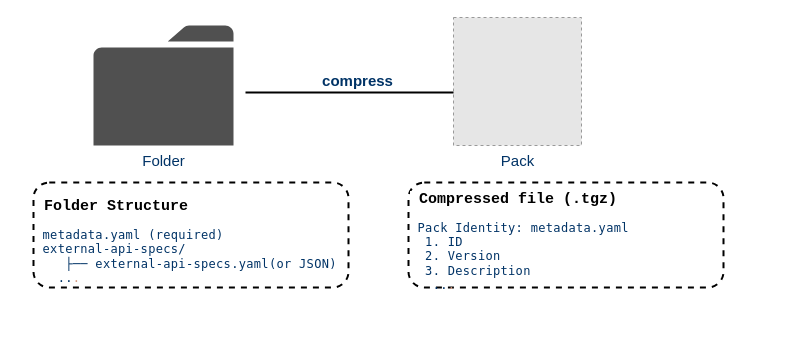
soshanth/in-the-voice-of-silence keeps this draw.io diagram as Untitled Diagram.drawio. Above is the earlier version. Source tidied: cells renumbered, new cells numbered last; positions are measured from the earlier drawing's top-left corner, leaving out a move shared by most shapes. Both pictures are drawn from the tidied source at 100%, with x=0, y=0 at pixel (33, 17). Pictures stored in the file or linked from it are replaced by grey dashed boxes.
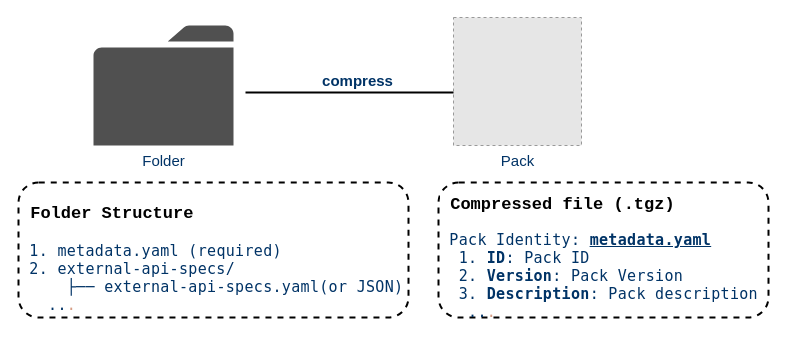
Above is the later version.

The edit, as a diff of the source:
```diff
@@
 <mxGraphModel>
   <root>
     <mxCell id="0" />
     <mxCell id="1" parent="0" />
-    <mxCell id="2" value="&lt;pre style=&quot;font-style: normal; font-variant-caps: normal; font-weight: 400; letter-spacing: normal; text-indent: 0px; text-transform: none; word-spacing: 0px; -webkit-text-stroke-width: 0px; text-decoration: none; caret-color: rgb(0, 0, 0); color: rgb(0, 0, 0); background-color: rgb(255, 255, 255);&quot;&gt;&lt;b&gt;&lt;font style=&quot;font-size: 15px;&quot;&gt; Folder Structure&lt;/font&gt;&lt;span style=&quot;font-size: 15px;&quot;&gt; &lt;/span&gt;&lt;/b&gt;&lt;/pre&gt;&lt;font style=&quot;caret-color: rgb(0, 51, 102); color: rgb(0, 51, 102); font-family: Helvetica; font-size: 12px; font-style: normal; font-variant-caps: normal; font-weight: 400; letter-spacing: normal; text-indent: 0px; text-transform: none; word-spacing: 0px; -webkit-text-stroke-width: 0px; text-decoration: none; background-color: rgb(255, 255, 255);&quot; color=&quot;#003366&quot;&gt;&lt;span style=&quot;box-sizing: border-box; padding: 0px; border: 0px; margin: 0px; font-family: &amp;quot;IBM Plex Mono&amp;quot;, Menlo, &amp;quot;DejaVu Sans Mono&amp;quot;, &amp;quot;Bitstream Vera Sans Mono&amp;quot;, Courier, monospace; font-stretch: inherit; line-height: inherit; vertical-align: baseline; letter-spacing: 0.3199999928474426px; background-color: rgb(30, 30, 30);&quot; class=&quot;hljs-string&quot;&gt;&lt;div style=&quot;&quot;&gt;&lt;span style=&quot;box-sizing: border-box; padding: 0px; border: 0px; margin: 0px; font-stretch: inherit; line-height: inherit; vertical-align: baseline;&quot; class=&quot;hljs-string&quot;&gt;&amp;nbsp;metadata.yaml&lt;/span&gt;&lt;span style=&quot;caret-color: rgb(220, 220, 220);&quot;&gt;&lt;span class=&quot;Apple-converted-space&quot;&gt;&amp;nbsp;&lt;/span&gt;&lt;/span&gt;&lt;span style=&quot;box-sizing: border-box; padding: 0px; border: 0px; margin: 0px; font-stretch: inherit; line-height: inherit; vertical-align: baseline;&quot; class=&quot;hljs-string&quot;&gt;(required)&lt;/span&gt;&lt;span style=&quot;caret-color: rgb(220, 220, 220);&quot;&gt;&amp;nbsp;&lt;/span&gt;&lt;/div&gt;&lt;/span&gt;&lt;span style=&quot;box-sizing: border-box; padding: 0px; border: 0px; margin: 0px; font-family: &amp;quot;IBM Plex Mono&amp;quot;, Menlo, &amp;quot;DejaVu Sans Mono&amp;quot;, &amp;quot;Bitstream Vera Sans Mono&amp;quot;, Courier, monospace; font-stretch: inherit; line-height: inherit; vertical-align: baseline; letter-spacing: 0.3199999928474426px; background-color: rgb(30, 30, 30);&quot; class=&quot;hljs-string&quot;&gt;&lt;div style=&quot;&quot;&gt;&lt;span style=&quot;box-sizing: border-box; padding: 0px; border: 0px; margin: 0px; font-stretch: inherit; line-height: inherit; vertical-align: baseline;&quot; class=&quot;hljs-string&quot;&gt;&amp;nbsp;external-api-specs/&lt;/span&gt;&lt;span style=&quot;caret-color: rgb(220, 220, 220);&quot;&gt;&amp;nbsp;&lt;/span&gt;&lt;/div&gt;&lt;/span&gt;&lt;/font&gt;&lt;span style=&quot;font-size: 12px; font-style: normal; font-variant-caps: normal; font-weight: 400; text-indent: 0px; text-transform: none; word-spacing: 0px; -webkit-text-stroke-width: 0px; text-decoration: none; color: rgb(0, 0, 0); box-sizing: border-box; padding: 0px; border: 0px; margin: 0px; font-family: &amp;quot;IBM Plex Mono&amp;quot;, Menlo, &amp;quot;DejaVu Sans Mono&amp;quot;, &amp;quot;Bitstream Vera Sans Mono&amp;quot;, Courier, monospace; font-stretch: inherit; line-height: inherit; vertical-align: baseline; letter-spacing: 0.3199999928474426px; background-color: rgb(30, 30, 30);&quot; class=&quot;hljs-string&quot;&gt;&lt;div style=&quot;caret-color: rgb(0, 0, 0);&quot;&gt;&lt;font color=&quot;#003366&quot;&gt;&lt;span style=&quot;box-sizing: border-box; padding: 0px; border: 0px; margin: 0px; font-stretch: inherit; line-height: inherit; vertical-align: baseline;&quot; class=&quot;hljs-string&quot;&gt;&amp;nbsp; &amp;nbsp; ├──&lt;/span&gt;&lt;span style=&quot;caret-color: rgb(220, 220, 220);&quot;&gt;&lt;span class=&quot;Apple-converted-space&quot;&gt;&amp;nbsp;&lt;/span&gt;&lt;/span&gt;&lt;span style=&quot;box-sizing: border-box; padding: 0px; border: 0px; margin: 0px; font-stretch: inherit; line-height: inherit; vertical-align: baseline;&quot; class=&quot;hljs-string&quot;&gt;external-api-specs.yaml(or JSON)&lt;/span&gt;&lt;/font&gt;&lt;/div&gt;&lt;div&gt;&lt;div style=&quot;&quot;&gt;&lt;font color=&quot;#003366&quot;&gt;&amp;nbsp; &amp;nbsp;..&lt;/font&gt;&lt;font color=&quot;#d69d85&quot;&gt;.&lt;/font&gt;&lt;/div&gt;&lt;/div&gt;&lt;/span&gt;" style="rounded=1;whiteSpace=wrap;html=1;fontColor=#003366;dashed=1;strokeWidth=2;align=left;" parent="1" vertex="1">
-      <mxGeometry y="165" width="315" height="105" as="geometry" />
+    <mxCell id="2" value="&lt;pre style=&quot;font-style: normal; font-variant-caps: normal; font-weight: 400; letter-spacing: normal; text-indent: 0px; text-transform: none; word-spacing: 0px; -webkit-text-stroke-width: 0px; text-decoration: none; caret-color: rgb(0, 0, 0); color: rgb(0, 0, 0); background-color: rgb(255, 255, 255); font-size: 17px;&quot;&gt;&lt;b style=&quot;&quot;&gt;&lt;font style=&quot;font-size: 17px;&quot;&gt; Folder Structure&lt;/font&gt; &lt;/b&gt;&lt;/pre&gt;&lt;font style=&quot;caret-color: rgb(0, 51, 102); color: rgb(0, 51, 102); font-family: Helvetica; font-size: 15px; font-style: normal; font-variant-caps: normal; font-weight: 400; letter-spacing: normal; text-indent: 0px; text-transform: none; word-spacing: 0px; -webkit-text-stroke-width: 0px; text-decoration: none; background-color: rgb(255, 255, 255);&quot; color=&quot;#003366&quot;&gt;&lt;span style=&quot;box-sizing: border-box; padding: 0px; border: 0px; margin: 0px; font-family: &amp;quot;IBM Plex Mono&amp;quot;, Menlo, &amp;quot;DejaVu Sans Mono&amp;quot;, &amp;quot;Bitstream Vera Sans Mono&amp;quot;, Courier, monospace; font-stretch: inherit; line-height: inherit; vertical-align: baseline; letter-spacing: 0.3199999928474426px; background-color: rgb(30, 30, 30); font-size: 15px;&quot; class=&quot;hljs-string&quot;&gt;&lt;div style=&quot;font-size: 15px;&quot;&gt;&lt;span style=&quot;box-sizing: border-box; padding: 0px; border: 0px; margin: 0px; font-stretch: inherit; line-height: inherit; vertical-align: baseline; font-size: 15px;&quot; class=&quot;hljs-string&quot;&gt;&amp;nbsp;1. metadata.yaml&lt;/span&gt;&lt;span style=&quot;caret-color: rgb(220, 220, 220); font-size: 15px;&quot;&gt;&lt;span class=&quot;Apple-converted-space&quot; style=&quot;font-size: 15px;&quot;&gt;&amp;nbsp;&lt;/span&gt;&lt;/span&gt;&lt;span style=&quot;box-sizing: border-box; padding: 0px; border: 0px; margin: 0px; font-stretch: inherit; line-height: inherit; vertical-align: baseline; font-size: 15px;&quot; class=&quot;hljs-string&quot;&gt;(required)&lt;/span&gt;&lt;span style=&quot;caret-color: rgb(220, 220, 220); font-size: 15px;&quot;&gt;&amp;nbsp;&lt;/span&gt;&lt;/div&gt;&lt;/span&gt;&lt;span style=&quot;box-sizing: border-box; padding: 0px; border: 0px; margin: 0px; font-family: &amp;quot;IBM Plex Mono&amp;quot;, Menlo, &amp;quot;DejaVu Sans Mono&amp;quot;, &amp;quot;Bitstream Vera Sans Mono&amp;quot;, Courier, monospace; font-stretch: inherit; line-height: inherit; vertical-align: baseline; letter-spacing: 0.3199999928474426px; background-color: rgb(30, 30, 30); font-size: 15px;&quot; class=&quot;hljs-string&quot;&gt;&lt;div style=&quot;font-size: 15px;&quot;&gt;&lt;span style=&quot;box-sizing: border-box; padding: 0px; border: 0px; margin: 0px; font-stretch: inherit; line-height: inherit; vertical-align: baseline; font-size: 15px;&quot; class=&quot;hljs-string&quot;&gt;&amp;nbsp;2. external-api-specs/&lt;/span&gt;&lt;span style=&quot;caret-color: rgb(220, 220, 220); font-size: 15px;&quot;&gt;&amp;nbsp;&lt;/span&gt;&lt;/div&gt;&lt;/span&gt;&lt;/font&gt;&lt;span style=&quot;font-size: 15px; font-style: normal; font-variant-caps: normal; font-weight: 400; text-indent: 0px; text-transform: none; word-spacing: 0px; -webkit-text-stroke-width: 0px; text-decoration: none; color: rgb(0, 0, 0); box-sizing: border-box; padding: 0px; border: 0px; margin: 0px; font-family: &amp;quot;IBM Plex Mono&amp;quot;, Menlo, &amp;quot;DejaVu Sans Mono&amp;quot;, &amp;quot;Bitstream Vera Sans Mono&amp;quot;, Courier, monospace; font-stretch: inherit; line-height: inherit; vertical-align: baseline; letter-spacing: 0.3199999928474426px; background-color: rgb(30, 30, 30);&quot; class=&quot;hljs-string&quot;&gt;&lt;div style=&quot;caret-color: rgb(0, 0, 0); font-size: 15px;&quot;&gt;&lt;font color=&quot;#003366&quot; style=&quot;font-size: 15px;&quot;&gt;&lt;span style=&quot;box-sizing: border-box; padding: 0px; border: 0px; margin: 0px; font-stretch: inherit; line-height: inherit; vertical-align: baseline; font-size: 15px;&quot; class=&quot;hljs-string&quot;&gt;&amp;nbsp; &amp;nbsp; &amp;nbsp;├──&lt;/span&gt;&lt;span style=&quot;caret-color: rgb(220, 220, 220); font-size: 15px;&quot;&gt;&lt;span class=&quot;Apple-converted-space&quot; style=&quot;font-size: 15px;&quot;&gt;&amp;nbsp;&lt;/span&gt;&lt;/span&gt;&lt;span style=&quot;box-sizing: border-box; padding: 0px; border: 0px; margin: 0px; font-stretch: inherit; line-height: inherit; vertical-align: baseline; font-size: 15px;&quot; class=&quot;hljs-string&quot;&gt;external-api-specs.yaml(or JSON)&lt;/span&gt;&lt;/font&gt;&lt;/div&gt;&lt;div style=&quot;font-size: 15px;&quot;&gt;&lt;div style=&quot;font-size: 15px;&quot;&gt;&lt;font color=&quot;#003366&quot; style=&quot;font-size: 15px;&quot;&gt;&amp;nbsp; &amp;nbsp;..&lt;/font&gt;&lt;font color=&quot;#d69d85&quot; style=&quot;font-size: 15px;&quot;&gt;.&lt;/font&gt;&lt;/div&gt;&lt;/div&gt;&lt;/span&gt;" style="rounded=1;whiteSpace=wrap;html=1;fontColor=#003366;dashed=1;strokeWidth=2;align=left;fontSize=15;" parent="1" vertex="1">
+      <mxGeometry x="-15" y="165" width="390" height="135" as="geometry" />
     </mxCell>
     <mxCell id="3" value="compress" style="endArrow=classic;html=1;rounded=0;fontColor=#003366;exitX=1.022;exitY=0.672;exitDx=0;exitDy=0;exitPerimeter=0;strokeColor=#000000;strokeWidth=2;fontStyle=1;fontSize=15;verticalAlign=bottom;" parent="1" edge="1">
       <mxGeometry relative="1" as="geometry">
         <mxPoint x="212" y="75" as="sourcePoint" />
         <mxPoint x="435" y="75" as="targetPoint" />
       </mxGeometry>
     </mxCell>
     <mxCell id="4" value="Folder" style="sketch=0;shadow=0;dashed=0;html=1;strokeColor=none;fillColor=#505050;labelPosition=center;verticalLabelPosition=bottom;verticalAlign=top;align=center;shape=mxgraph.office.concepts.folder;fontColor=#003366;fontSize=15;" parent="1" vertex="1">
       <mxGeometry x="60" y="8" width="140" height="120" as="geometry" />
     </mxCell>
     <mxCell id="5" value="Pack" style="fillColor=#E6E6E6;strokeColor=#999999;dashed=1;html=1;verticalAlign=top;verticalLabelPosition=bottom;labelBackgroundColor=#ffffff;fontSize=15;fontColor=#003366;" parent="1" vertex="1">
       <mxGeometry x="420" width="128" height="128" as="geometry" />
     </mxCell>
-    <mxCell id="6" value="&lt;pre style=&quot;font-style: normal; font-variant-caps: normal; font-weight: 400; letter-spacing: normal; text-indent: 0px; text-transform: none; word-spacing: 0px; -webkit-text-stroke-width: 0px; text-decoration: none; caret-color: rgb(0, 0, 0); color: rgb(0, 0, 0); background-color: rgb(255, 255, 255);&quot;&gt;&lt;b&gt;&lt;font style=&quot;font-size: 15px;&quot;&gt; Compressed file (.tgz)&lt;/font&gt;&lt;span style=&quot;font-size: 15px;&quot;&gt; &lt;/span&gt;&lt;/b&gt;&lt;/pre&gt;&lt;font style=&quot;caret-color: rgb(0, 51, 102); color: rgb(0, 51, 102); font-family: Helvetica; font-size: 12px; font-style: normal; font-variant-caps: normal; font-weight: 400; letter-spacing: normal; text-indent: 0px; text-transform: none; word-spacing: 0px; -webkit-text-stroke-width: 0px; text-decoration: none; background-color: rgb(255, 255, 255);&quot; color=&quot;#003366&quot;&gt;&lt;span style=&quot;box-sizing: border-box; padding: 0px; border: 0px; margin: 0px; font-family: &amp;quot;IBM Plex Mono&amp;quot;, Menlo, &amp;quot;DejaVu Sans Mono&amp;quot;, &amp;quot;Bitstream Vera Sans Mono&amp;quot;, Courier, monospace; font-stretch: inherit; line-height: inherit; vertical-align: baseline; letter-spacing: 0.3199999928474426px; background-color: rgb(30, 30, 30);&quot; class=&quot;hljs-string&quot;&gt;&lt;div style=&quot;&quot;&gt;&lt;span style=&quot;box-sizing: border-box; padding: 0px; border: 0px; margin: 0px; font-stretch: inherit; line-height: inherit; vertical-align: baseline;&quot; class=&quot;hljs-string&quot;&gt;&amp;nbsp;Pack Identity: metadata.yaml&lt;/span&gt;&lt;/div&gt;&lt;/span&gt;&lt;span style=&quot;box-sizing: border-box; padding: 0px; border: 0px; margin: 0px; font-family: &amp;quot;IBM Plex Mono&amp;quot;, Menlo, &amp;quot;DejaVu Sans Mono&amp;quot;, &amp;quot;Bitstream Vera Sans Mono&amp;quot;, Courier, monospace; font-stretch: inherit; line-height: inherit; vertical-align: baseline; letter-spacing: 0.3199999928474426px; background-color: rgb(30, 30, 30);&quot; class=&quot;hljs-string&quot;&gt;&lt;div style=&quot;&quot;&gt;&amp;nbsp; 1. ID&lt;/div&gt;&lt;/span&gt;&lt;/font&gt;&lt;span style=&quot;font-size: 12px; font-style: normal; font-variant-caps: normal; font-weight: 400; text-indent: 0px; text-transform: none; word-spacing: 0px; -webkit-text-stroke-width: 0px; text-decoration: none; color: rgb(0, 0, 0); box-sizing: border-box; padding: 0px; border: 0px; margin: 0px; font-family: &amp;quot;IBM Plex Mono&amp;quot;, Menlo, &amp;quot;DejaVu Sans Mono&amp;quot;, &amp;quot;Bitstream Vera Sans Mono&amp;quot;, Courier, monospace; font-stretch: inherit; line-height: inherit; vertical-align: baseline; letter-spacing: 0.3199999928474426px; background-color: rgb(30, 30, 30);&quot; class=&quot;hljs-string&quot;&gt;&lt;div style=&quot;caret-color: rgb(0, 0, 0);&quot;&gt;&lt;font color=&quot;#003366&quot;&gt;&lt;span style=&quot;box-sizing: border-box; padding: 0px; border: 0px; margin: 0px; font-stretch: inherit; line-height: inherit; vertical-align: baseline;&quot; class=&quot;hljs-string&quot;&gt;&amp;nbsp; 2. Version&lt;/span&gt;&lt;/font&gt;&lt;/div&gt;&lt;div style=&quot;caret-color: rgb(0, 0, 0);&quot;&gt;&lt;font color=&quot;#003366&quot;&gt;&lt;span style=&quot;box-sizing: border-box; padding: 0px; border: 0px; margin: 0px; font-stretch: inherit; line-height: inherit; vertical-align: baseline;&quot; class=&quot;hljs-string&quot;&gt;&amp;nbsp; 3. Description&lt;/span&gt;&lt;/font&gt;&lt;/div&gt;&lt;div&gt;&lt;div style=&quot;&quot;&gt;&lt;font color=&quot;#003366&quot;&gt;&amp;nbsp; &amp;nbsp;..&lt;/font&gt;&lt;font color=&quot;#d69d85&quot;&gt;.&lt;/font&gt;&lt;/div&gt;&lt;/div&gt;&lt;/span&gt;" style="rounded=1;whiteSpace=wrap;html=1;fontColor=#003366;dashed=1;strokeWidth=2;align=left;" parent="1" vertex="1">
-      <mxGeometry x="375" y="165" width="315" height="105" as="geometry" />
+    <mxCell id="6" value="&lt;pre style=&quot;font-style: normal; font-variant-caps: normal; font-weight: 400; letter-spacing: normal; text-indent: 0px; text-transform: none; word-spacing: 0px; -webkit-text-stroke-width: 0px; text-decoration: none; caret-color: rgb(0, 0, 0); color: rgb(0, 0, 0); background-color: rgb(255, 255, 255); font-size: 15px;&quot;&gt;&lt;b style=&quot;font-size: 17px;&quot;&gt;&lt;font style=&quot;font-size: 17px;&quot;&gt; Compressed file (.tgz)&lt;/font&gt;&lt;span style=&quot;font-size: 15px;&quot;&gt; &lt;/span&gt;&lt;/b&gt;&lt;/pre&gt;&lt;font style=&quot;caret-color: rgb(0, 51, 102); color: rgb(0, 51, 102); font-family: Helvetica; font-size: 15px; font-style: normal; font-variant-caps: normal; letter-spacing: normal; text-indent: 0px; text-transform: none; word-spacing: 0px; -webkit-text-stroke-width: 0px; text-decoration: none; background-color: rgb(255, 255, 255);&quot; color=&quot;#003366&quot;&gt;&lt;span style=&quot;box-sizing: border-box; padding: 0px; border: 0px; margin: 0px; font-family: &amp;quot;IBM Plex Mono&amp;quot;, Menlo, &amp;quot;DejaVu Sans Mono&amp;quot;, &amp;quot;Bitstream Vera Sans Mono&amp;quot;, Courier, monospace; font-stretch: inherit; line-height: inherit; vertical-align: baseline; letter-spacing: 0.3199999928474426px; background-color: rgb(30, 30, 30); font-size: 15px;&quot; class=&quot;hljs-string&quot;&gt;&lt;div style=&quot;font-size: 15px;&quot;&gt;&lt;span style=&quot;box-sizing: border-box; padding: 0px; border: 0px; margin: 0px; font-stretch: inherit; line-height: inherit; vertical-align: baseline; font-size: 15px;&quot; class=&quot;hljs-string&quot;&gt;&amp;nbsp;Pack Identity: &lt;u&gt;&lt;b&gt;metadata.yaml&lt;/b&gt;&lt;/u&gt;&lt;/span&gt;&lt;/div&gt;&lt;/span&gt;&lt;span style=&quot;box-sizing: border-box; padding: 0px; border: 0px; margin: 0px; font-family: &amp;quot;IBM Plex Mono&amp;quot;, Menlo, &amp;quot;DejaVu Sans Mono&amp;quot;, &amp;quot;Bitstream Vera Sans Mono&amp;quot;, Courier, monospace; font-stretch: inherit; line-height: inherit; vertical-align: baseline; letter-spacing: 0.3199999928474426px; background-color: rgb(30, 30, 30); font-size: 15px;&quot; class=&quot;hljs-string&quot;&gt;&lt;div style=&quot;font-size: 15px;&quot;&gt;&amp;nbsp; 1. &lt;b&gt;ID&lt;/b&gt;: Pack ID&lt;/div&gt;&lt;/span&gt;&lt;/font&gt;&lt;span style=&quot;font-size: 15px; font-style: normal; font-variant-caps: normal; text-indent: 0px; text-transform: none; word-spacing: 0px; -webkit-text-stroke-width: 0px; text-decoration: none; color: rgb(0, 0, 0); box-sizing: border-box; padding: 0px; border: 0px; margin: 0px; font-family: &amp;quot;IBM Plex Mono&amp;quot;, Menlo, &amp;quot;DejaVu Sans Mono&amp;quot;, &amp;quot;Bitstream Vera Sans Mono&amp;quot;, Courier, monospace; font-stretch: inherit; line-height: inherit; vertical-align: baseline; letter-spacing: 0.3199999928474426px; background-color: rgb(30, 30, 30);&quot; class=&quot;hljs-string&quot;&gt;&lt;div style=&quot;caret-color: rgb(0, 0, 0); font-size: 15px;&quot;&gt;&lt;font color=&quot;#003366&quot; style=&quot;font-size: 15px;&quot;&gt;&lt;span style=&quot;box-sizing: border-box; padding: 0px; border: 0px; margin: 0px; font-stretch: inherit; line-height: inherit; vertical-align: baseline; font-size: 15px;&quot; class=&quot;hljs-string&quot;&gt;&amp;nbsp; 2. &lt;b&gt;Version&lt;/b&gt;: Pack Version&lt;/span&gt;&lt;/font&gt;&lt;/div&gt;&lt;div style=&quot;caret-color: rgb(0, 0, 0); font-size: 15px;&quot;&gt;&lt;font color=&quot;#003366&quot; style=&quot;font-size: 15px;&quot;&gt;&lt;span style=&quot;box-sizing: border-box; padding: 0px; border: 0px; margin: 0px; font-stretch: inherit; line-height: inherit; vertical-align: baseline; font-size: 15px;&quot; class=&quot;hljs-string&quot;&gt;&amp;nbsp; 3. &lt;b&gt;Description&lt;/b&gt;: Pack description&lt;/span&gt;&lt;/font&gt;&lt;/div&gt;&lt;div style=&quot;font-weight: 400; font-size: 15px;&quot;&gt;&lt;div style=&quot;font-size: 15px;&quot;&gt;&lt;font color=&quot;#003366&quot; style=&quot;font-size: 15px;&quot;&gt;&amp;nbsp; &amp;nbsp;..&lt;/font&gt;&lt;font color=&quot;#d69d85&quot; style=&quot;font-size: 15px;&quot;&gt;.&lt;/font&gt;&lt;/div&gt;&lt;/div&gt;&lt;/span&gt;" style="rounded=1;whiteSpace=wrap;html=1;fontColor=#003366;dashed=1;strokeWidth=2;align=left;fontSize=15;" parent="1" vertex="1">
+      <mxGeometry x="405" y="165" width="330" height="135" as="geometry" />
     </mxCell>
   </root>
 </mxGraphModel>
```
